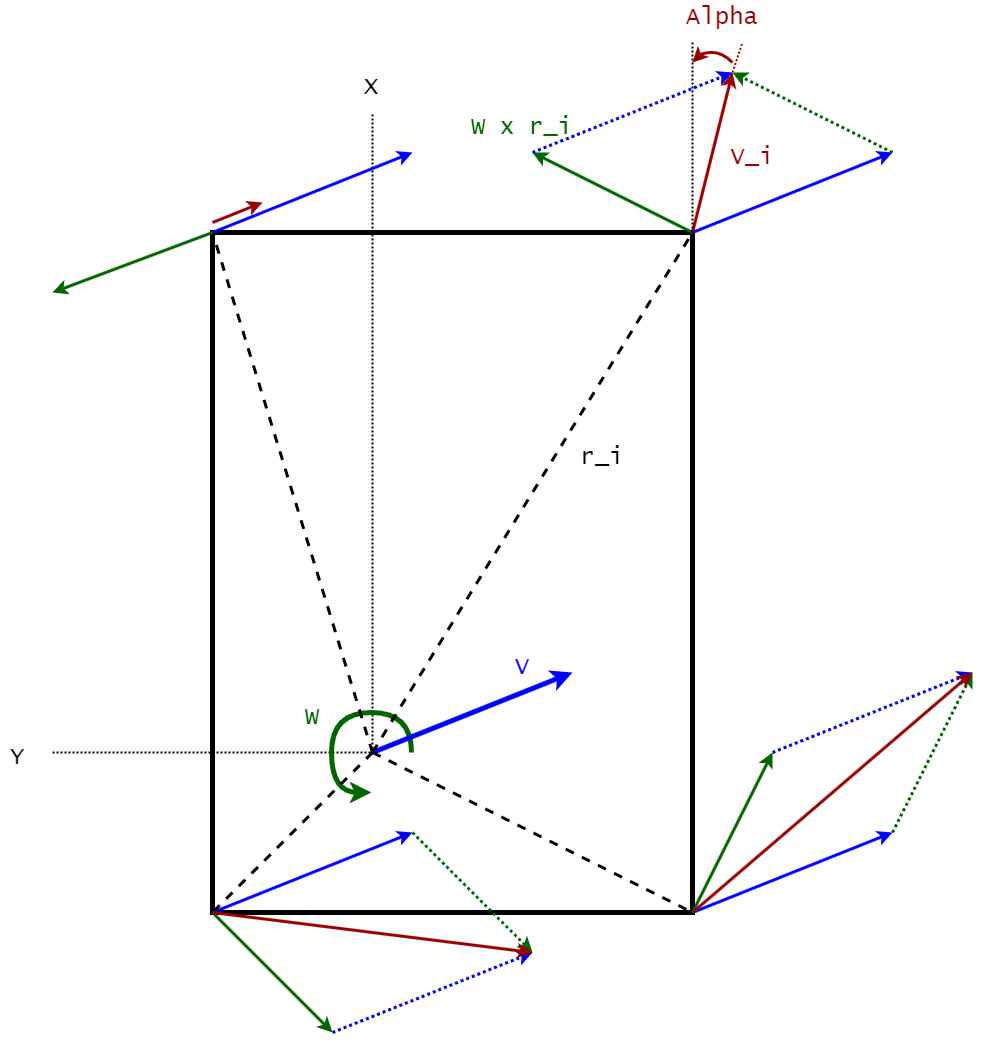
This is doc/kinematics.png from pvandervelde/basic-swerve-sim, a draw.io export, as it was before one commit. Source tidied: cells renumbered, new cells last; positions are measured from the earlier drawing's top-left corner, leaving out a move shared by most shapes. Its diagram source:
```xml
<mxGraphModel>
  <root>
    <mxCell id="0" />
    <mxCell id="1" parent="0" />
    <mxCell id="2" style="rounded=0;whiteSpace=wrap;html=1;fillColor=none;strokeWidth=5;" parent="1" vertex="1">
      <mxGeometry x="210" y="230" width="480" height="680" as="geometry" />
    </mxCell>
    <mxCell id="3" style="endArrow=none;dashed=1;html=1;rounded=0;strokeWidth=2;dashPattern=1 1;" parent="1" edge="1">
      <mxGeometry relative="1" as="geometry">
        <mxPoint x="370" y="750" as="sourcePoint" />
        <mxPoint x="370" y="110" as="targetPoint" />
      </mxGeometry>
    </mxCell>
    <mxCell id="4" style="endArrow=none;dashed=1;html=1;rounded=0;strokeWidth=2;dashPattern=1 1;" parent="1" edge="1">
      <mxGeometry relative="1" as="geometry">
        <mxPoint x="50" y="750" as="sourcePoint" />
        <mxPoint x="370" y="750" as="targetPoint" />
      </mxGeometry>
    </mxCell>
    <mxCell id="5" value="X" style="text;html=1;strokeColor=none;fillColor=none;align=center;verticalAlign=middle;whiteSpace=wrap;rounded=0;strokeWidth=5;fontFamily=Lucida Console;fontSize=24;" parent="1" vertex="1">
      <mxGeometry x="354" y="70" width="30" height="30" as="geometry" />
    </mxCell>
    <mxCell id="6" value="Y" style="text;html=1;strokeColor=none;fillColor=none;align=center;verticalAlign=middle;whiteSpace=wrap;rounded=0;strokeWidth=5;fontFamily=Lucida Console;fontSize=24;" parent="1" vertex="1">
      <mxGeometry y="740" width="30" height="30" as="geometry" />
    </mxCell>
    <mxCell id="7" style="curved=1;endArrow=classic;html=1;rounded=0;strokeColor=#006600;strokeWidth=5;fontFamily=Lucida Console;fontSize=24;fontColor=#0000FF;" parent="1" edge="1">
      <mxGeometry relative="1" as="geometry">
        <mxPoint x="409" y="750" as="sourcePoint" />
        <mxPoint x="369" y="790" as="targetPoint" />
        <Array as="points">
          <mxPoint x="409" y="710" />
          <mxPoint x="329" y="710" />
          <mxPoint x="329" y="790" />
        </Array>
      </mxGeometry>
    </mxCell>
    <mxCell id="8" style="endArrow=classic;html=1;rounded=0;strokeWidth=5;fontFamily=Lucida Console;fontSize=24;fontColor=#0000FF;strokeColor=#0000FF;" parent="1" edge="1">
      <mxGeometry relative="1" as="geometry">
        <mxPoint x="370" y="750" as="sourcePoint" />
        <mxPoint x="570" y="670" as="targetPoint" />
      </mxGeometry>
    </mxCell>
    <mxCell id="9" style="endArrow=none;html=1;strokeWidth=3;rounded=0;strokeColor=#000000;fontFamily=Lucida Console;fontSize=24;fontColor=#0000FF;dashed=1;entryX=1;entryY=0;entryDx=0;entryDy=0;" parent="1" edge="1" target="2">
      <mxGeometry relative="1" as="geometry">
        <mxPoint x="370" y="750" as="sourcePoint" />
      </mxGeometry>
    </mxCell>
    <mxCell id="10" style="endArrow=classic;html=1;rounded=0;strokeWidth=3;fontFamily=Lucida Console;fontSize=24;fontColor=#0000FF;strokeColor=#0000FF;" parent="1" edge="1">
      <mxGeometry relative="1" as="geometry">
        <mxPoint x="690" y="230" as="sourcePoint" />
        <mxPoint x="890" y="150" as="targetPoint" />
      </mxGeometry>
    </mxCell>
    <mxCell id="11" style="endArrow=classic;html=1;rounded=0;strokeWidth=3;fontFamily=Lucida Console;fontSize=24;fontColor=#0000FF;strokeColor=#0000FF;" parent="1" edge="1">
      <mxGeometry relative="1" as="geometry">
        <mxPoint x="210" y="910" as="sourcePoint" />
        <mxPoint x="410" y="830" as="targetPoint" />
      </mxGeometry>
    </mxCell>
    <mxCell id="12" style="endArrow=classic;html=1;rounded=0;strokeWidth=3;fontFamily=Lucida Console;fontSize=24;fontColor=#0000FF;strokeColor=#0000FF;" parent="1" edge="1">
      <mxGeometry relative="1" as="geometry">
        <mxPoint x="210" y="230" as="sourcePoint" />
        <mxPoint x="410" y="150" as="targetPoint" />
      </mxGeometry>
    </mxCell>
    <mxCell id="13" style="endArrow=classic;html=1;rounded=0;strokeWidth=3;fontFamily=Lucida Console;fontSize=24;fontColor=#0000FF;strokeColor=#0000FF;" parent="1" edge="1">
      <mxGeometry relative="1" as="geometry">
        <mxPoint x="690" y="910" as="sourcePoint" />
        <mxPoint x="890" y="830" as="targetPoint" />
      </mxGeometry>
    </mxCell>
    <mxCell id="14" style="endArrow=none;dashed=1;html=1;rounded=0;strokeColor=#000000;strokeWidth=3;fontFamily=Lucida Console;fontSize=24;fontColor=#0000FF;" parent="1" edge="1">
      <mxGeometry relative="1" as="geometry">
        <mxPoint x="370" y="750" as="sourcePoint" />
        <mxPoint x="210" y="230" as="targetPoint" />
      </mxGeometry>
    </mxCell>
    <mxCell id="15" style="endArrow=none;dashed=1;html=1;rounded=0;strokeColor=#000000;strokeWidth=3;fontFamily=Lucida Console;fontSize=24;fontColor=#0000FF;entryX=0;entryY=1;entryDx=0;entryDy=0;" parent="1" edge="1" target="2">
      <mxGeometry relative="1" as="geometry">
        <mxPoint x="370" y="750" as="sourcePoint" />
      </mxGeometry>
    </mxCell>
    <mxCell id="16" style="endArrow=none;dashed=1;html=1;rounded=0;strokeColor=#000000;strokeWidth=3;fontFamily=Lucida Console;fontSize=24;fontColor=#0000FF;entryX=1;entryY=1;entryDx=0;entryDy=0;" parent="1" edge="1" target="2">
      <mxGeometry relative="1" as="geometry">
        <mxPoint x="370" y="750" as="sourcePoint" />
      </mxGeometry>
    </mxCell>
    <mxCell id="17" style="endArrow=classic;html=1;rounded=0;strokeColor=#006600;strokeWidth=3;fontFamily=Lucida Console;fontSize=24;fontColor=#0000FF;" parent="1" edge="1">
      <mxGeometry relative="1" as="geometry">
        <mxPoint x="690" y="230" as="sourcePoint" />
        <mxPoint x="530" y="150" as="targetPoint" />
      </mxGeometry>
    </mxCell>
    <mxCell id="18" style="endArrow=classic;html=1;rounded=0;strokeColor=#006600;strokeWidth=3;fontFamily=Lucida Console;fontSize=24;fontColor=#0000FF;" parent="1" edge="1">
      <mxGeometry relative="1" as="geometry">
        <mxPoint x="210" y="230" as="sourcePoint" />
        <mxPoint x="50" y="290" as="targetPoint" />
      </mxGeometry>
    </mxCell>
    <mxCell id="19" style="endArrow=classic;html=1;rounded=0;strokeColor=#006600;strokeWidth=3;fontFamily=Lucida Console;fontSize=24;fontColor=#0000FF;" parent="1" edge="1">
      <mxGeometry relative="1" as="geometry">
        <mxPoint x="210" y="910" as="sourcePoint" />
        <mxPoint x="330" y="1030" as="targetPoint" />
      </mxGeometry>
    </mxCell>
    <mxCell id="20" style="endArrow=classic;html=1;rounded=0;strokeColor=#006600;strokeWidth=3;fontFamily=Lucida Console;fontSize=24;fontColor=#0000FF;" parent="1" edge="1">
      <mxGeometry relative="1" as="geometry">
        <mxPoint x="690" y="910" as="sourcePoint" />
        <mxPoint x="770" y="750" as="targetPoint" />
      </mxGeometry>
    </mxCell>
    <mxCell id="21" style="endArrow=classic;html=1;rounded=0;strokeColor=#990000;strokeWidth=3;fontFamily=Lucida Console;fontSize=24;fontColor=#0000FF;" parent="1" edge="1">
      <mxGeometry relative="1" as="geometry">
        <mxPoint x="690" y="230" as="sourcePoint" />
        <mxPoint x="730" y="70" as="targetPoint" />
      </mxGeometry>
    </mxCell>
    <mxCell id="22" style="endArrow=classic;html=1;rounded=0;strokeColor=#006600;strokeWidth=3;fontFamily=Lucida Console;fontSize=24;fontColor=#0000FF;dashed=1;dashPattern=1 1;" parent="1" edge="1">
      <mxGeometry relative="1" as="geometry">
        <mxPoint x="890" y="150" as="sourcePoint" />
        <mxPoint x="730" y="70" as="targetPoint" />
      </mxGeometry>
    </mxCell>
    <mxCell id="23" style="endArrow=classic;html=1;rounded=0;strokeWidth=3;fontFamily=Lucida Console;fontSize=24;fontColor=#0000FF;strokeColor=#0000FF;dashed=1;dashPattern=1 1;" parent="1" edge="1">
      <mxGeometry relative="1" as="geometry">
        <mxPoint x="530" y="150" as="sourcePoint" />
        <mxPoint x="730" y="70" as="targetPoint" />
      </mxGeometry>
    </mxCell>
    <mxCell id="24" style="endArrow=classic;html=1;rounded=0;strokeWidth=3;fontFamily=Lucida Console;fontSize=24;fontColor=#0000FF;strokeColor=#0000FF;dashed=1;dashPattern=1 1;" parent="1" edge="1">
      <mxGeometry relative="1" as="geometry">
        <mxPoint x="770" y="750" as="sourcePoint" />
        <mxPoint x="970" y="670" as="targetPoint" />
      </mxGeometry>
    </mxCell>
    <mxCell id="25" style="endArrow=classic;html=1;rounded=0;strokeColor=#006600;strokeWidth=3;fontFamily=Lucida Console;fontSize=24;fontColor=#0000FF;dashed=1;dashPattern=1 1;" parent="1" edge="1">
      <mxGeometry relative="1" as="geometry">
        <mxPoint x="890" y="830" as="sourcePoint" />
        <mxPoint x="970" y="670" as="targetPoint" />
      </mxGeometry>
    </mxCell>
    <mxCell id="26" style="endArrow=classic;html=1;rounded=0;strokeWidth=3;fontFamily=Lucida Console;fontSize=24;fontColor=#0000FF;strokeColor=#0000FF;dashed=1;dashPattern=1 1;" parent="1" edge="1">
      <mxGeometry relative="1" as="geometry">
        <mxPoint x="330" y="1030" as="sourcePoint" />
        <mxPoint x="530" y="950" as="targetPoint" />
      </mxGeometry>
    </mxCell>
    <mxCell id="27" style="endArrow=classic;html=1;rounded=0;strokeColor=#006600;strokeWidth=3;fontFamily=Lucida Console;fontSize=24;fontColor=#0000FF;dashed=1;dashPattern=1 1;" parent="1" edge="1">
      <mxGeometry relative="1" as="geometry">
        <mxPoint x="410" y="830" as="sourcePoint" />
        <mxPoint x="530" y="950" as="targetPoint" />
      </mxGeometry>
    </mxCell>
    <mxCell id="28" style="endArrow=classic;html=1;rounded=0;strokeColor=#990000;strokeWidth=3;fontFamily=Lucida Console;fontSize=24;fontColor=#0000FF;" parent="1" edge="1">
      <mxGeometry relative="1" as="geometry">
        <mxPoint x="690" y="910" as="sourcePoint" />
        <mxPoint x="970" y="670" as="targetPoint" />
      </mxGeometry>
    </mxCell>
    <mxCell id="29" style="endArrow=classic;html=1;rounded=0;strokeColor=#990000;strokeWidth=3;fontFamily=Lucida Console;fontSize=24;fontColor=#0000FF;" parent="1" edge="1">
      <mxGeometry relative="1" as="geometry">
        <mxPoint x="210" y="910" as="sourcePoint" />
        <mxPoint x="530" y="950" as="targetPoint" />
      </mxGeometry>
    </mxCell>
    <mxCell id="30" style="endArrow=classic;html=1;rounded=0;strokeColor=#990000;strokeWidth=3;fontFamily=Lucida Console;fontSize=24;fontColor=#0000FF;" parent="1" edge="1">
      <mxGeometry relative="1" as="geometry">
        <mxPoint x="210" y="220" as="sourcePoint" />
        <mxPoint x="260" y="200" as="targetPoint" />
      </mxGeometry>
    </mxCell>
    <mxCell id="31" value="r_i" style="text;html=1;strokeColor=none;fillColor=none;align=center;verticalAlign=middle;whiteSpace=wrap;rounded=0;strokeWidth=5;fontFamily=Lucida Console;fontSize=24;fontColor=#000000;" parent="1" vertex="1">
      <mxGeometry x="570" y="440" width="60" height="30" as="geometry" />
    </mxCell>
    <mxCell id="32" value="V" style="text;html=1;strokeColor=none;fillColor=none;align=center;verticalAlign=middle;whiteSpace=wrap;rounded=0;strokeWidth=5;fontFamily=Lucida Console;fontSize=24;fontColor=#0000FF;" parent="1" vertex="1">
      <mxGeometry x="489.5" y="650" width="60" height="30" as="geometry" />
    </mxCell>
    <mxCell id="33" value="W" style="text;html=1;strokeColor=none;fillColor=none;align=center;verticalAlign=middle;whiteSpace=wrap;rounded=0;strokeWidth=5;fontFamily=Lucida Console;fontSize=24;fontColor=#006600;" parent="1" vertex="1">
      <mxGeometry x="280" y="700" width="60" height="30" as="geometry" />
    </mxCell>
    <mxCell id="34" value="V_i" style="text;html=1;strokeColor=none;fillColor=none;align=center;verticalAlign=middle;whiteSpace=wrap;rounded=0;strokeWidth=5;fontFamily=Lucida Console;fontSize=24;fontColor=#990000;" parent="1" vertex="1">
      <mxGeometry x="720" y="140" width="60" height="30" as="geometry" />
    </mxCell>
    <mxCell id="35" value="W x r_i" style="text;html=1;strokeColor=none;fillColor=none;align=center;verticalAlign=middle;whiteSpace=wrap;rounded=0;strokeWidth=5;fontFamily=Lucida Console;fontSize=24;fontColor=#006600;" parent="1" vertex="1">
      <mxGeometry x="460" y="110" width="119" height="30" as="geometry" />
    </mxCell>
    <mxCell id="36" style="endArrow=none;dashed=1;html=1;dashPattern=1 1;strokeWidth=2;rounded=0;strokeColor=#000000;fontFamily=Lucida Console;fontSize=24;fontColor=#0000FF;" parent="1" edge="1">
      <mxGeometry relative="1" as="geometry">
        <mxPoint x="690" y="230" as="sourcePoint" />
        <mxPoint x="690" y="40" as="targetPoint" />
      </mxGeometry>
    </mxCell>
    <mxCell id="37" style="curved=1;endArrow=classic;html=1;rounded=0;strokeColor=#990000;strokeWidth=3;fontFamily=Lucida Console;fontSize=24;fontColor=#0000FF;" parent="1" edge="1">
      <mxGeometry relative="1" as="geometry">
        <mxPoint x="730" y="60" as="sourcePoint" />
        <mxPoint x="690" y="60" as="targetPoint" />
        <Array as="points">
          <mxPoint x="720" y="50" />
          <mxPoint x="700" y="50" />
        </Array>
      </mxGeometry>
    </mxCell>
    <mxCell id="38" style="endArrow=none;dashed=1;html=1;dashPattern=1 1;strokeWidth=2;rounded=0;strokeColor=#990000;fontFamily=Lucida Console;fontSize=24;fontColor=#0000FF;" parent="1" edge="1">
      <mxGeometry relative="1" as="geometry">
        <mxPoint x="730" y="70" as="sourcePoint" />
        <mxPoint x="740" y="40" as="targetPoint" />
      </mxGeometry>
    </mxCell>
    <mxCell id="39" value="Alpha" style="text;html=1;strokeColor=none;fillColor=none;align=center;verticalAlign=middle;whiteSpace=wrap;rounded=0;strokeWidth=5;fontFamily=Lucida Console;fontSize=24;fontColor=#990000;" parent="1" vertex="1">
      <mxGeometry x="680" width="80" height="30" as="geometry" />
    </mxCell>
  </root>
</mxGraphModel>
```
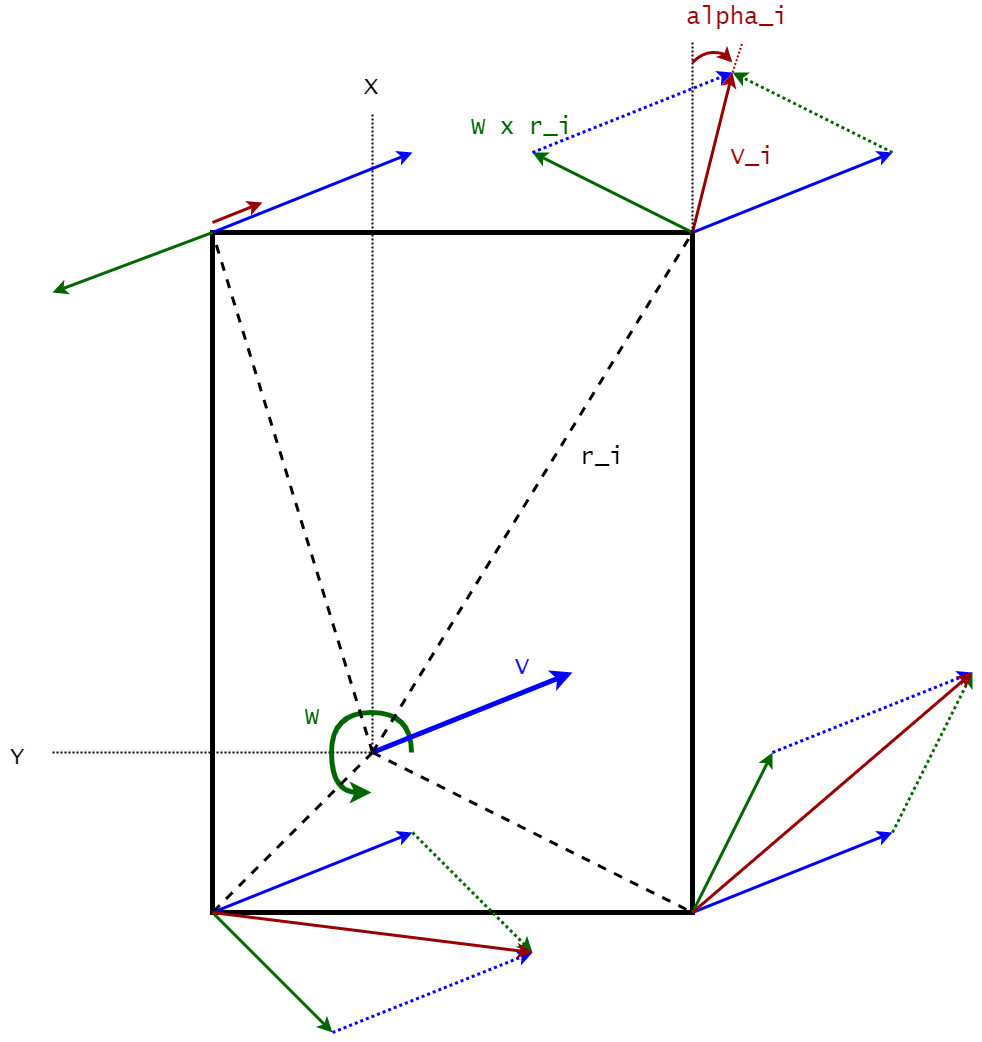
After the change.

What changed in the source:
```diff
@@ -190,7 +190,7 @@
         <mxPoint x="690" y="40" as="targetPoint" />
       </mxGeometry>
     </mxCell>
-    <mxCell id="37" style="curved=1;endArrow=classic;html=1;rounded=0;strokeColor=#990000;strokeWidth=3;fontFamily=Lucida Console;fontSize=24;fontColor=#0000FF;" parent="1" edge="1">
+    <mxCell id="37" style="curved=1;endArrow=none;html=1;rounded=0;strokeColor=#990000;strokeWidth=3;fontFamily=Lucida Console;fontSize=24;fontColor=#0000FF;startArrow=classic;startFill=1;endFill=0;" parent="1" edge="1">
       <mxGeometry relative="1" as="geometry">
         <mxPoint x="730" y="60" as="sourcePoint" />
         <mxPoint x="690" y="60" as="targetPoint" />
@@ -206,8 +206,8 @@
         <mxPoint x="740" y="40" as="targetPoint" />
       </mxGeometry>
     </mxCell>
-    <mxCell id="39" value="Alpha" style="text;html=1;strokeColor=none;fillColor=none;align=center;verticalAlign=middle;whiteSpace=wrap;rounded=0;strokeWidth=5;fontFamily=Lucida Console;fontSize=24;fontColor=#990000;" parent="1" vertex="1">
-      <mxGeometry x="680" width="80" height="30" as="geometry" />
+    <mxCell id="39" value="alpha_i" style="text;html=1;strokeColor=none;fillColor=none;align=center;verticalAlign=middle;whiteSpace=wrap;rounded=0;strokeWidth=5;fontFamily=Lucida Console;fontSize=24;fontColor=#990000;" parent="1" vertex="1">
+      <mxGeometry x="680" width="110" height="30" as="geometry" />
     </mxCell>
   </root>
 </mxGraphModel>
```
